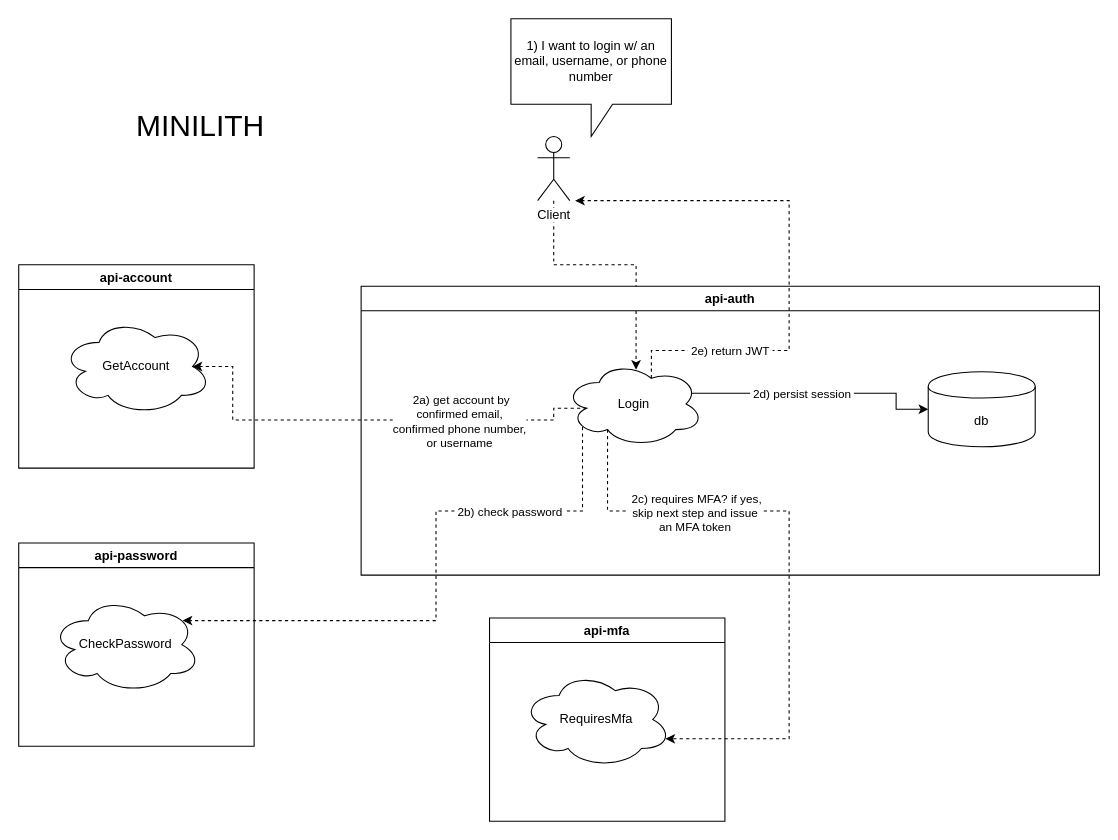
Earlier version of the draw.io diagram page "login" (3 of 5) of architecture.drawio (AlpacaLabs/getting-started). Source tidied: cells renumbered, new cells numbered last; positions are measured from the earlier drawing's top-left corner, leaving out a move shared by most shapes. Both pictures are drawn from the tidied source at 107%, with x=0, y=0 at pixel (18, 18).
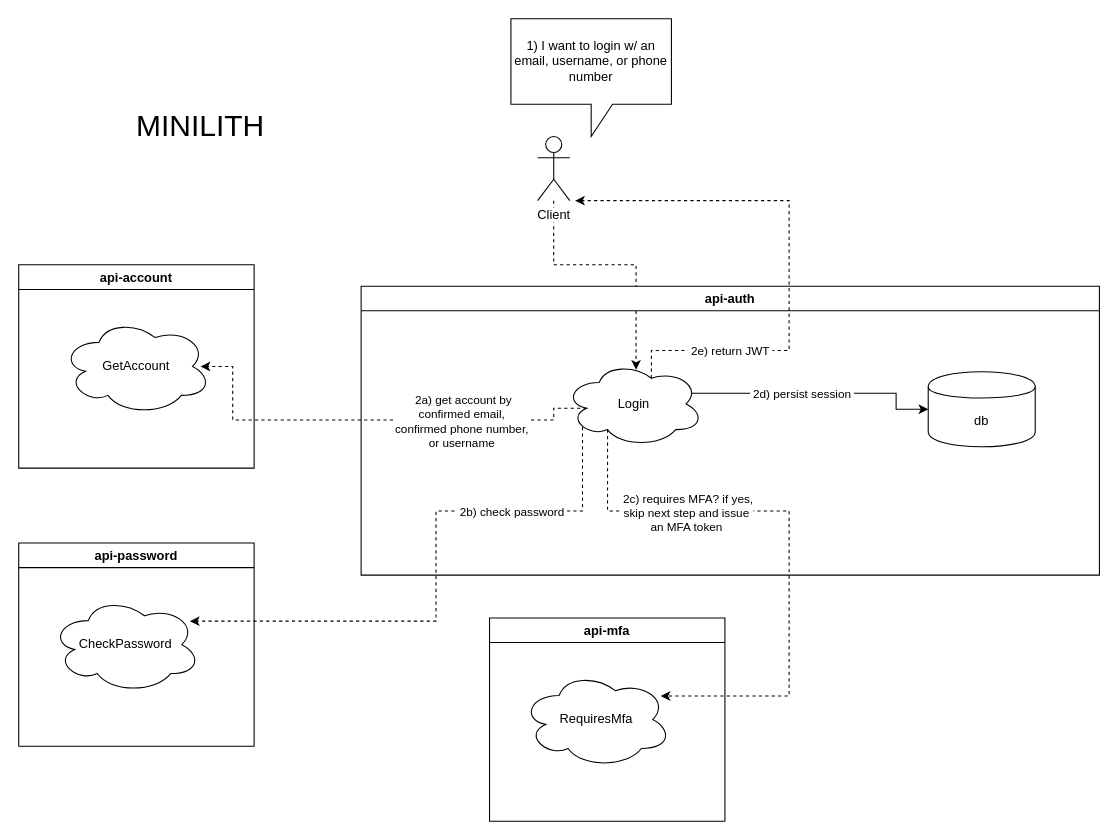
Above is the later version.

The change refers to these unchanged cells:
```xml
<mxCell id="7" value="Login" style="ellipse;shape=cloud;whiteSpace=wrap;html=1;" parent="4" vertex="1">
  <mxGeometry x="190" y="70" width="130" height="80" as="geometry" />
</mxCell>
<mxCell id="11" value="GetAccount" style="ellipse;shape=cloud;whiteSpace=wrap;html=1;" parent="10" vertex="1">
  <mxGeometry x="40" y="50" width="140" height="90" as="geometry" />
</mxCell>
<mxCell id="15" value="CheckPassword" style="ellipse;shape=cloud;whiteSpace=wrap;html=1;" parent="14" vertex="1">
  <mxGeometry x="30" y="50" width="140" height="90" as="geometry" />
</mxCell>
<mxCell id="21" value="RequiresMfa" style="ellipse;shape=cloud;whiteSpace=wrap;html=1;" parent="20" vertex="1">
  <mxGeometry x="30" y="50" width="140" height="90" as="geometry" />
</mxCell>
```

Diff of the diagram source:
```diff
@@
-    <mxCell id="12" style="edgeStyle=orthogonalEdgeStyle;rounded=0;jettySize=auto;html=1;exitX=0.16;exitY=0.55;exitDx=0;exitDy=0;exitPerimeter=0;entryX=0.875;entryY=0.5;entryDx=0;entryDy=0;entryPerimeter=0;dashed=1;" parent="1" edge="1" source="7" target="11">
+    <mxCell id="12" style="edgeStyle=orthogonalEdgeStyle;rounded=0;jettySize=auto;html=1;exitX=0.16;exitY=0.55;exitDx=0;exitDy=0;exitPerimeter=0;dashed=1;" parent="1" edge="1" source="7">
       <mxGeometry relative="1" as="geometry">
+        <mxPoint x="170" y="325" as="targetPoint" />
         <Array as="points">
           <mxPoint x="500" y="364" />
           <mxPoint x="500" y="375" />
           <mxPoint x="200" y="375" />
           <mxPoint x="200" y="325" />
         </Array>
       </mxGeometry>
     </mxCell>
@@
-    <mxCell id="16" style="edgeStyle=orthogonalEdgeStyle;rounded=0;jettySize=auto;html=1;exitX=0.13;exitY=0.77;exitDx=0;exitDy=0;exitPerimeter=0;entryX=0.88;entryY=0.25;entryDx=0;entryDy=0;entryPerimeter=0;dashed=1;" parent="1" edge="1" source="7" target="15">
+    <mxCell id="16" style="edgeStyle=orthogonalEdgeStyle;rounded=0;jettySize=auto;html=1;exitX=0.13;exitY=0.77;exitDx=0;exitDy=0;exitPerimeter=0;dashed=1;" parent="1" edge="1" source="7">
       <mxGeometry relative="1" as="geometry">
+        <mxPoint x="160" y="563" as="targetPoint" />
         <Array as="points">
           <mxPoint x="527" y="460" />
           <mxPoint x="390" y="460" />
           <mxPoint x="390" y="563" />
         </Array>
       </mxGeometry>
     </mxCell>
@@
-    <mxCell id="23" style="edgeStyle=orthogonalEdgeStyle;rounded=0;jettySize=auto;html=1;exitX=0.31;exitY=0.8;exitDx=0;exitDy=0;exitPerimeter=0;entryX=0.96;entryY=0.7;entryDx=0;entryDy=0;entryPerimeter=0;dashed=1;" parent="1" edge="1" source="7" target="21">
+    <mxCell id="23" style="edgeStyle=orthogonalEdgeStyle;rounded=0;jettySize=auto;html=1;exitX=0.31;exitY=0.8;exitDx=0;exitDy=0;exitPerimeter=0;dashed=1;" parent="1" edge="1" source="7">
       <mxGeometry relative="1" as="geometry">
+        <mxPoint x="600" y="633" as="targetPoint" />
         <Array as="points">
           <mxPoint x="550" y="460" />
           <mxPoint x="720" y="460" />
-          <mxPoint x="720" y="673" />
+          <mxPoint x="720" y="633" />
         </Array>
       </mxGeometry>
     </mxCell>
```
